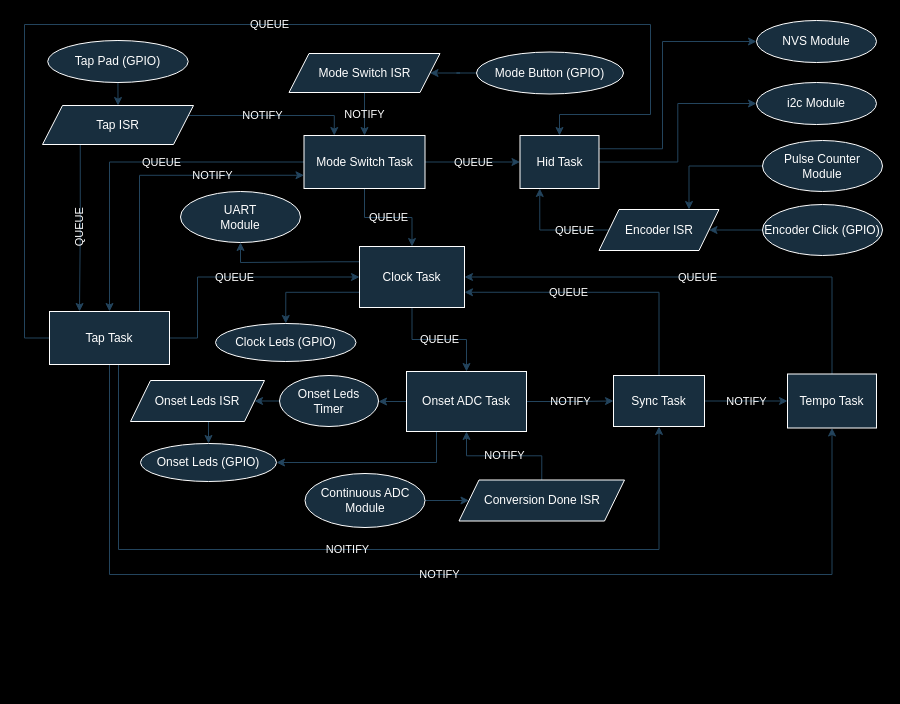
Earlier version of the draw.io diagram drawings/main.drawio (carlo-monti/beat_catcher_2). Source tidied: cells renumbered, new cells numbered last; positions are measured from the earlier drawing's top-left corner, leaving out a move shared by most shapes. Both pictures are drawn from the tidied source at 100%, with x=0, y=0 at pixel (24, 20).
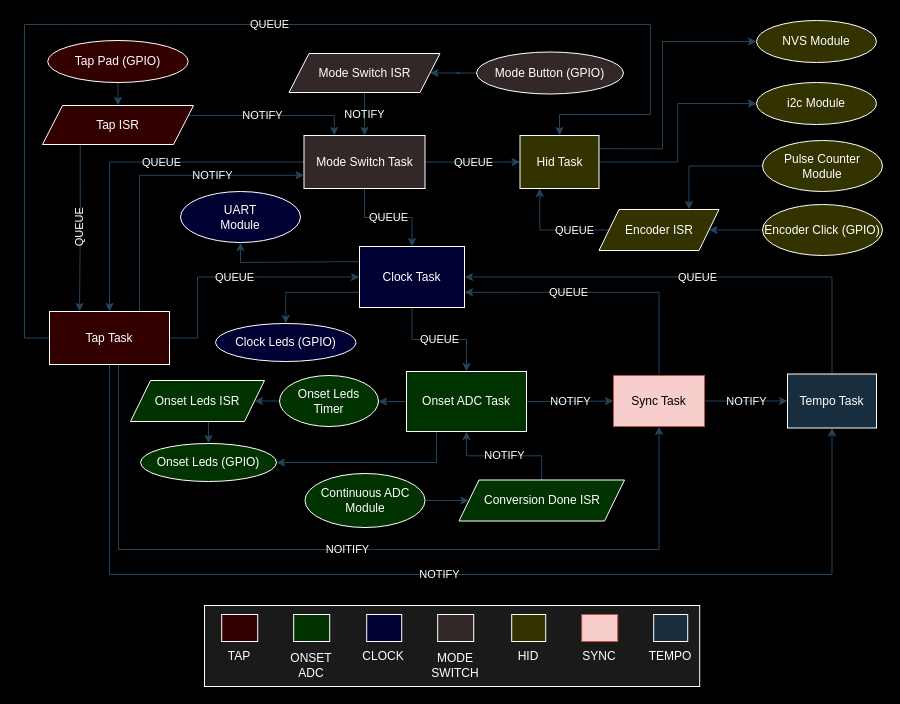
After the change.

Change to the diagram source:
```diff
@@
+    <mxCell id="56" value="&amp;lt;" style="rounded=0;whiteSpace=wrap;html=1;fontColor=#1A1A1A;fillColor=#1A1A1A;strokeColor=#FFFFFF;" parent="1" vertex="1">
+      <mxGeometry x="180" y="585" width="495.2" height="81" as="geometry" />
+    </mxCell>
@@
-    <mxCell id="5" value="Clock Task" style="rounded=0;whiteSpace=wrap;html=1;labelBackgroundColor=none;fontColor=#FFFFFF;fillColor=#182E3E;strokeColor=#FFFFFF;" parent="1" vertex="1">
+    <mxCell id="5" value="Clock Task" style="rounded=0;whiteSpace=wrap;html=1;labelBackgroundColor=none;fontColor=#FFFFFF;fillColor=#000033;strokeColor=#FFFFFF;" parent="1" vertex="1">
       <mxGeometry x="335" y="226" width="105" height="61" as="geometry" />
     </mxCell>
@@
-    <mxCell id="8" value="Mode Switch ISR" style="shape=parallelogram;perimeter=parallelogramPerimeter;whiteSpace=wrap;html=1;fixedSize=1;labelBackgroundColor=none;fontColor=#FFFFFF;fillColor=#182E3E;strokeColor=#FFFFFF;rounded=0;" parent="1" vertex="1">
+    <mxCell id="8" value="Mode Switch ISR" style="shape=parallelogram;perimeter=parallelogramPerimeter;whiteSpace=wrap;html=1;fixedSize=1;labelBackgroundColor=none;fontColor=#FFFFFF;fillColor=#332828;strokeColor=#FFFFFF;rounded=0;" parent="1" vertex="1">
       <mxGeometry x="264.5" y="33" width="151" height="39" as="geometry" />
     </mxCell>
@@
-    <mxCell id="13" value="Sync Task" style="rounded=0;whiteSpace=wrap;html=1;labelBackgroundColor=none;fontColor=#FFFFFF;fillColor=#182E3E;strokeColor=#FFFFFF;" parent="1" vertex="1">
+    <mxCell id="13" value="Sync Task" style="rounded=0;whiteSpace=wrap;html=1;labelBackgroundColor=none;fillColor=#f8cecc;strokeColor=#b85450;" parent="1" vertex="1">
       <mxGeometry x="589" y="355" width="91" height="51" as="geometry" />
     </mxCell>
@@
-    <mxCell id="17" value="Onset ADC Task" style="rounded=0;whiteSpace=wrap;html=1;labelBackgroundColor=none;fontColor=#FFFFFF;fillColor=#182E3E;strokeColor=#FFFFFF;" parent="1" vertex="1">
+    <mxCell id="17" value="Onset ADC Task" style="rounded=0;whiteSpace=wrap;html=1;labelBackgroundColor=none;fontColor=#FFFFFF;fillColor=#003300;strokeColor=#FFFFFF;" parent="1" vertex="1">
       <mxGeometry x="382" y="351" width="120" height="60" as="geometry" />
     </mxCell>
@@
-    <mxCell id="20" value="Hid Task" style="rounded=0;whiteSpace=wrap;html=1;labelBackgroundColor=none;fontColor=#FFFFFF;fillColor=#182E3E;strokeColor=#FFFFFF;" parent="1" vertex="1">
+    <mxCell id="20" value="Hid Task" style="rounded=0;whiteSpace=wrap;html=1;labelBackgroundColor=none;fontColor=#FFFFFF;fillColor=#333300;strokeColor=#FFFFFF;" parent="1" vertex="1">
       <mxGeometry x="495.5" y="115" width="79" height="53" as="geometry" />
     </mxCell>
@@
-    <mxCell id="22" value="&lt;div&gt;Pulse Counter&lt;/div&gt;&lt;div&gt;Module&lt;br&gt;&lt;/div&gt;" style="ellipse;whiteSpace=wrap;html=1;labelBackgroundColor=none;fontColor=#FFFFFF;fillColor=#182E3E;strokeColor=#FFFFFF;" parent="1" vertex="1">
+    <mxCell id="22" value="&lt;div&gt;Pulse Counter&lt;/div&gt;&lt;div&gt;Module&lt;br&gt;&lt;/div&gt;" style="ellipse;whiteSpace=wrap;html=1;labelBackgroundColor=none;fontColor=#FFFFFF;fillColor=#333300;strokeColor=#FFFFFF;" parent="1" vertex="1">
       <mxGeometry x="738" y="120" width="120" height="51" as="geometry" />
     </mxCell>
@@
-    <mxCell id="24" value="&lt;div&gt;Continuous ADC&lt;/div&gt;&lt;div&gt;Module&lt;br&gt;&lt;/div&gt;" style="ellipse;whiteSpace=wrap;html=1;labelBackgroundColor=none;fontColor=#FFFFFF;fillColor=#182E3E;strokeColor=#FFFFFF;" parent="1" vertex="1">
+    <mxCell id="24" value="&lt;div&gt;Continuous ADC&lt;/div&gt;&lt;div&gt;Module&lt;br&gt;&lt;/div&gt;" style="ellipse;whiteSpace=wrap;html=1;labelBackgroundColor=none;fontColor=#FFFFFF;fillColor=#003300;strokeColor=#FFFFFF;" parent="1" vertex="1">
       <mxGeometry x="280.5" y="453" width="120" height="54" as="geometry" />
     </mxCell>
@@
-    <mxCell id="26" value="Encoder ISR" style="shape=parallelogram;perimeter=parallelogramPerimeter;whiteSpace=wrap;html=1;fixedSize=1;labelBackgroundColor=none;fontColor=#FFFFFF;fillColor=#182E3E;strokeColor=#FFFFFF;" parent="1" vertex="1">
+    <mxCell id="26" value="Encoder ISR" style="shape=parallelogram;perimeter=parallelogramPerimeter;whiteSpace=wrap;html=1;fixedSize=1;labelBackgroundColor=none;fontColor=#FFFFFF;fillColor=#333300;strokeColor=#FFFFFF;" parent="1" vertex="1">
       <mxGeometry x="574.5" y="189" width="120" height="41" as="geometry" />
     </mxCell>
@@
-    <mxCell id="28" value="Conversion Done ISR" style="shape=parallelogram;perimeter=parallelogramPerimeter;whiteSpace=wrap;html=1;fixedSize=1;labelBackgroundColor=none;fontColor=#FFFFFF;fillColor=#182E3E;strokeColor=#FFFFFF;" parent="1" vertex="1">
+    <mxCell id="28" value="Conversion Done ISR" style="shape=parallelogram;perimeter=parallelogramPerimeter;whiteSpace=wrap;html=1;fixedSize=1;labelBackgroundColor=none;fontColor=#FFFFFF;fillColor=#003300;strokeColor=#FFFFFF;" parent="1" vertex="1">
       <mxGeometry x="434.5" y="459.5" width="165.5" height="41" as="geometry" />
     </mxCell>
@@
-    <mxCell id="31" value="Mode Switch Task" style="rounded=0;whiteSpace=wrap;html=1;labelBackgroundColor=none;fontColor=#FFFFFF;fillColor=#182E3E;strokeColor=#FFFFFF;" parent="1" vertex="1">
+    <mxCell id="31" value="Mode Switch Task" style="rounded=0;whiteSpace=wrap;html=1;labelBackgroundColor=none;fontColor=#FFFFFF;fillColor=#332828;strokeColor=#FFFFFF;" parent="1" vertex="1">
       <mxGeometry x="279.5" y="115" width="121" height="53" as="geometry" />
     </mxCell>
@@
-    <mxCell id="33" value="Mode Button (GPIO)" style="ellipse;whiteSpace=wrap;html=1;labelBackgroundColor=none;fontColor=#FFFFFF;fillColor=#182E3E;strokeColor=#FFFFFF;" parent="1" vertex="1">
+    <mxCell id="33" value="Mode Button (GPIO)" style="ellipse;whiteSpace=wrap;html=1;labelBackgroundColor=none;fontColor=#FFFFFF;fillColor=#332828;strokeColor=#FFFFFF;" parent="1" vertex="1">
       <mxGeometry x="452" y="31.5" width="147" height="42" as="geometry" />
     </mxCell>
@@
-    <mxCell id="36" value="Tap ISR" style="shape=parallelogram;perimeter=parallelogramPerimeter;whiteSpace=wrap;html=1;fixedSize=1;labelBackgroundColor=none;fontColor=#FFFFFF;fillColor=#182E3E;strokeColor=#FFFFFF;" parent="1" vertex="1">
+    <mxCell id="36" value="Tap ISR" style="shape=parallelogram;perimeter=parallelogramPerimeter;whiteSpace=wrap;html=1;fixedSize=1;labelBackgroundColor=none;fontColor=#FFFFFF;fillColor=#330000;strokeColor=#FFFFFF;" parent="1" vertex="1">
       <mxGeometry x="18" y="85" width="151" height="39" as="geometry" />
     </mxCell>
@@
-    <mxCell id="38" value="Tap Pad (GPIO)" style="ellipse;whiteSpace=wrap;html=1;labelBackgroundColor=none;fontColor=#FFFFFF;fillColor=#182E3E;strokeColor=#FFFFFF;" parent="1" vertex="1">
+    <mxCell id="38" value="Tap Pad (GPIO)" style="ellipse;whiteSpace=wrap;html=1;labelBackgroundColor=none;fontColor=#FFFFFF;fillColor=#330000;strokeColor=#FFFFFF;" parent="1" vertex="1">
       <mxGeometry x="23.2" y="20" width="140.5" height="42" as="geometry" />
     </mxCell>
-    <mxCell id="39" value="Clock Leds (GPIO)" style="ellipse;whiteSpace=wrap;html=1;labelBackgroundColor=none;fontColor=#FFFFFF;fillColor=#182E3E;strokeColor=#FFFFFF;" parent="1" vertex="1">
+    <mxCell id="39" value="Clock Leds (GPIO)" style="ellipse;whiteSpace=wrap;html=1;labelBackgroundColor=none;fontColor=#FFFFFF;fillColor=#000033;strokeColor=#FFFFFF;" parent="1" vertex="1">
       <mxGeometry x="191" y="303" width="140.5" height="38" as="geometry" />
     </mxCell>
-    <mxCell id="40" value="Onset Leds (GPIO)" style="ellipse;whiteSpace=wrap;html=1;labelBackgroundColor=none;fontColor=#FFFFFF;fillColor=#182E3E;strokeColor=#FFFFFF;" parent="1" vertex="1">
+    <mxCell id="40" value="Onset Leds (GPIO)" style="ellipse;whiteSpace=wrap;html=1;labelBackgroundColor=none;fontColor=#FFFFFF;fillColor=#003300;strokeColor=#FFFFFF;" parent="1" vertex="1">
       <mxGeometry x="116" y="423" width="136" height="38" as="geometry" />
     </mxCell>
@@
-    <mxCell id="42" value="&lt;div&gt;Onset Leds&lt;/div&gt;&lt;div&gt;Timer&lt;br&gt;&lt;/div&gt;" style="ellipse;whiteSpace=wrap;html=1;labelBackgroundColor=none;fontColor=#FFFFFF;fillColor=#182E3E;strokeColor=#FFFFFF;" parent="1" vertex="1">
+    <mxCell id="42" value="&lt;div&gt;Onset Leds&lt;/div&gt;&lt;div&gt;Timer&lt;br&gt;&lt;/div&gt;" style="ellipse;whiteSpace=wrap;html=1;labelBackgroundColor=none;fontColor=#FFFFFF;fillColor=#003300;strokeColor=#FFFFFF;" parent="1" vertex="1">
       <mxGeometry x="255" y="355" width="99" height="51" as="geometry" />
     </mxCell>
@@
-    <mxCell id="44" value="Onset Leds ISR" style="shape=parallelogram;perimeter=parallelogramPerimeter;whiteSpace=wrap;html=1;fixedSize=1;labelBackgroundColor=none;fontColor=#FFFFFF;fillColor=#182E3E;strokeColor=#FFFFFF;" parent="1" vertex="1">
+    <mxCell id="44" value="Onset Leds ISR" style="shape=parallelogram;perimeter=parallelogramPerimeter;whiteSpace=wrap;html=1;fixedSize=1;labelBackgroundColor=none;fontColor=#FFFFFF;fillColor=#003300;strokeColor=#FFFFFF;" parent="1" vertex="1">
       <mxGeometry x="106" y="360" width="134" height="41" as="geometry" />
     </mxCell>
-    <mxCell id="45" value="i2c Module" style="ellipse;whiteSpace=wrap;html=1;labelBackgroundColor=none;fontColor=#FFFFFF;fillColor=#182E3E;strokeColor=#FFFFFF;" parent="1" vertex="1">
+    <mxCell id="45" value="i2c Module" style="ellipse;whiteSpace=wrap;html=1;labelBackgroundColor=none;fontColor=#FFFFFF;fillColor=#333300;strokeColor=#FFFFFF;" parent="1" vertex="1">
       <mxGeometry x="732" y="62" width="120" height="42" as="geometry" />
     </mxCell>
@@
-    <mxCell id="51" value="Tap Task" style="rounded=0;whiteSpace=wrap;html=1;labelBackgroundColor=none;fontColor=#FFFFFF;fillColor=#182E3E;strokeColor=#FFFFFF;" parent="1" vertex="1">
+    <mxCell id="51" value="Tap Task" style="rounded=0;whiteSpace=wrap;html=1;labelBackgroundColor=none;fontColor=#FFFFFF;fillColor=#330000;strokeColor=#FFFFFF;" parent="1" vertex="1">
       <mxGeometry x="25" y="291" width="120" height="53" as="geometry" />
     </mxCell>
-    <mxCell id="52" value="&lt;div&gt;UART&lt;/div&gt;&lt;div&gt;Module&lt;br&gt;&lt;/div&gt;" style="ellipse;whiteSpace=wrap;html=1;labelBackgroundColor=none;fontColor=#FFFFFF;fillColor=#182E3E;strokeColor=#FFFFFF;" parent="1" vertex="1">
+    <mxCell id="52" value="&lt;div&gt;UART&lt;/div&gt;&lt;div&gt;Module&lt;br&gt;&lt;/div&gt;" style="ellipse;whiteSpace=wrap;html=1;labelBackgroundColor=none;fontColor=#FFFFFF;fillColor=#000033;strokeColor=#FFFFFF;" parent="1" vertex="1">
       <mxGeometry x="156" y="171" width="120" height="51" as="geometry" />
     </mxCell>
-    <mxCell id="53" value="NVS Module" style="ellipse;whiteSpace=wrap;html=1;labelBackgroundColor=none;fontColor=#FFFFFF;fillColor=#182E3E;strokeColor=#FFFFFF;" parent="1" vertex="1">
+    <mxCell id="53" value="NVS Module" style="ellipse;whiteSpace=wrap;html=1;labelBackgroundColor=none;fontColor=#FFFFFF;fillColor=#333300;strokeColor=#FFFFFF;" parent="1" vertex="1">
       <mxGeometry x="732" width="120" height="42" as="geometry" />
     </mxCell>
@@
-    <mxCell id="55" value="Encoder Click (GPIO)" style="ellipse;whiteSpace=wrap;html=1;labelBackgroundColor=none;fontColor=#FFFFFF;fillColor=#182E3E;strokeColor=#FFFFFF;" parent="1" vertex="1">
+    <mxCell id="55" value="Encoder Click (GPIO)" style="ellipse;whiteSpace=wrap;html=1;labelBackgroundColor=none;fontColor=#FFFFFF;fillColor=#333300;strokeColor=#FFFFFF;" parent="1" vertex="1">
       <mxGeometry x="738" y="184" width="120" height="51" as="geometry" />
     </mxCell>
+    <mxCell id="57" style="rounded=0;whiteSpace=wrap;html=1;labelBackgroundColor=none;fontColor=#FFFFFF;fillColor=#330000;strokeColor=#FFFFFF;" parent="1" vertex="1">
+      <mxGeometry x="197.2" y="594" width="36" height="27" as="geometry" />
+    </mxCell>
+    <mxCell id="58" style="rounded=0;whiteSpace=wrap;html=1;labelBackgroundColor=none;fontColor=#FFFFFF;fillColor=#003300;strokeColor=#FFFFFF;" parent="1" vertex="1">
+      <mxGeometry x="269.2" y="594" width="36" height="27" as="geometry" />
+    </mxCell>
+    <mxCell id="59" style="rounded=0;whiteSpace=wrap;html=1;labelBackgroundColor=none;fontColor=#FFFFFF;fillColor=#000033;strokeColor=#FFFFFF;" parent="1" vertex="1">
+      <mxGeometry x="342.2" y="594" width="35" height="27" as="geometry" />
+    </mxCell>
+    <mxCell id="60" style="rounded=0;whiteSpace=wrap;html=1;labelBackgroundColor=none;fontColor=#FFFFFF;fillColor=#332828;strokeColor=#FFFFFF;" parent="1" vertex="1">
+      <mxGeometry x="413.2" y="594" width="36" height="27" as="geometry" />
+    </mxCell>
+    <mxCell id="61" style="rounded=0;whiteSpace=wrap;html=1;labelBackgroundColor=none;fontColor=#FFFFFF;fillColor=#333300;strokeColor=#FFFFFF;" parent="1" vertex="1">
+      <mxGeometry x="487.2" y="594" width="34" height="27" as="geometry" />
+    </mxCell>
+    <mxCell id="62" style="rounded=0;whiteSpace=wrap;html=1;labelBackgroundColor=none;fillColor=#f8cecc;strokeColor=#b85450;" parent="1" vertex="1">
+      <mxGeometry x="557.2" y="594" width="36" height="27" as="geometry" />
+    </mxCell>
+    <mxCell id="63" style="rounded=0;whiteSpace=wrap;html=1;labelBackgroundColor=none;fontColor=#FFFFFF;fillColor=#182E3E;strokeColor=#FFFFFF;" parent="1" vertex="1">
+      <mxGeometry x="629.2" y="594" width="34" height="27" as="geometry" />
+    </mxCell>
+    <mxCell id="64" value="TAP" style="text;html=1;strokeColor=none;fillColor=none;align=center;verticalAlign=middle;whiteSpace=wrap;rounded=0;fontColor=#FFFFFF;" parent="1" vertex="1">
+      <mxGeometry x="185.2" y="621" width="60" height="30" as="geometry" />
+    </mxCell>
+    <mxCell id="65" value="ONSET ADC" style="text;html=1;strokeColor=none;fillColor=none;align=center;verticalAlign=middle;whiteSpace=wrap;rounded=0;fontColor=#FFFFFF;" parent="1" vertex="1">
+      <mxGeometry x="257.2" y="630" width="60" height="30" as="geometry" />
+    </mxCell>
+    <mxCell id="66" value="CLOCK" style="text;html=1;strokeColor=none;fillColor=none;align=center;verticalAlign=middle;whiteSpace=wrap;rounded=0;fontColor=#FFFFFF;" parent="1" vertex="1">
+      <mxGeometry x="329.2" y="621" width="60" height="30" as="geometry" />
+    </mxCell>
+    <mxCell id="67" value="&lt;div&gt;MODE&lt;/div&gt;&lt;div&gt;SWITCH&lt;br&gt;&lt;/div&gt;" style="text;html=1;strokeColor=none;fillColor=none;align=center;verticalAlign=middle;whiteSpace=wrap;rounded=0;fontColor=#FFFFFF;" parent="1" vertex="1">
+      <mxGeometry x="401.2" y="630" width="60" height="30" as="geometry" />
+    </mxCell>
+    <mxCell id="68" value="HID" style="text;html=1;strokeColor=none;fillColor=none;align=center;verticalAlign=middle;whiteSpace=wrap;rounded=0;fontColor=#FFFFFF;" parent="1" vertex="1">
+      <mxGeometry x="474.2" y="621" width="60" height="30" as="geometry" />
+    </mxCell>
+    <mxCell id="69" value="SYNC" style="text;html=1;strokeColor=none;fillColor=none;align=center;verticalAlign=middle;whiteSpace=wrap;rounded=0;fontColor=#FFFFFF;" parent="1" vertex="1">
+      <mxGeometry x="545.2" y="621" width="60" height="30" as="geometry" />
+    </mxCell>
+    <mxCell id="70" value="TEMPO" style="text;html=1;strokeColor=none;fillColor=none;align=center;verticalAlign=middle;whiteSpace=wrap;rounded=0;fontColor=#FFFFFF;" parent="1" vertex="1">
+      <mxGeometry x="616.2" y="621" width="60" height="30" as="geometry" />
+    </mxCell>
```
